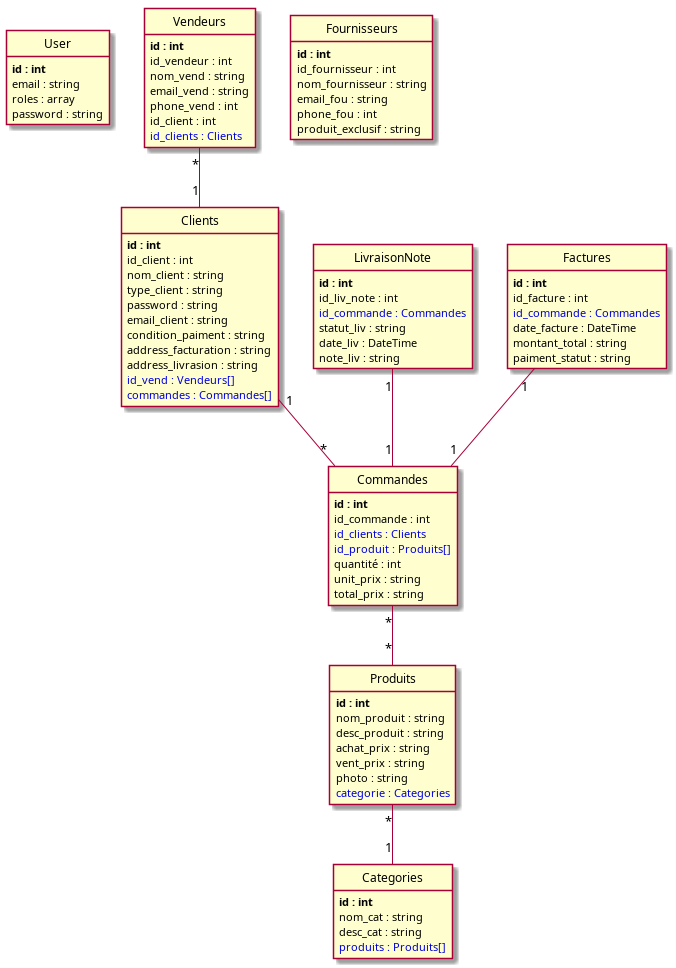
Before: puml/index.png, a diagram exported from PlantUML (NasiraNaiby/sf_green_village_v2). Its source is kept beside it as puml/index.puml.
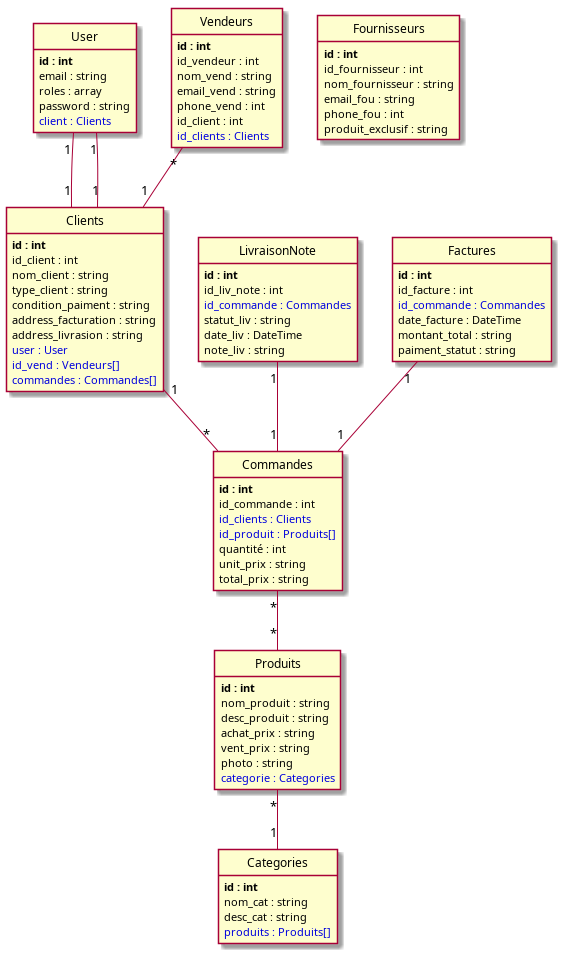
The same file after the commit.

Commit message:
client and user tables relationship added

What changed in the source:
```diff
@@ -4,6 +4,7 @@
 	email : string
 	roles : array
 	password : string
+	<color:#0000dd>client : Clients</color>
 }
 
 class Vendeurs {
@@ -40,11 +41,10 @@
 	id_client : int
 	nom_client : string
 	type_client : string
-	password : string
-	email_client : string
 	condition_paiment : string
 	address_facturation : string
 	address_livrasion : string
+	<color:#0000dd>user : User</color>
 	<color:#0000dd>id_vend : Vendeurs[]</color>
 	<color:#0000dd>commandes : Commandes[]</color>
 }
@@ -84,9 +84,11 @@
 	total_prix : string
 }
 
+User "1"--"1" Clients
 Vendeurs "*"--"1" Clients
 Produits "*"--"1" Categories
 LivraisonNote "1"--"1" Commandes
+Clients "1"--"1" User
 Clients "1"--"*" Commandes
 Factures "1"--"1" Commandes
 Commandes "*"--"*" Produits
```
